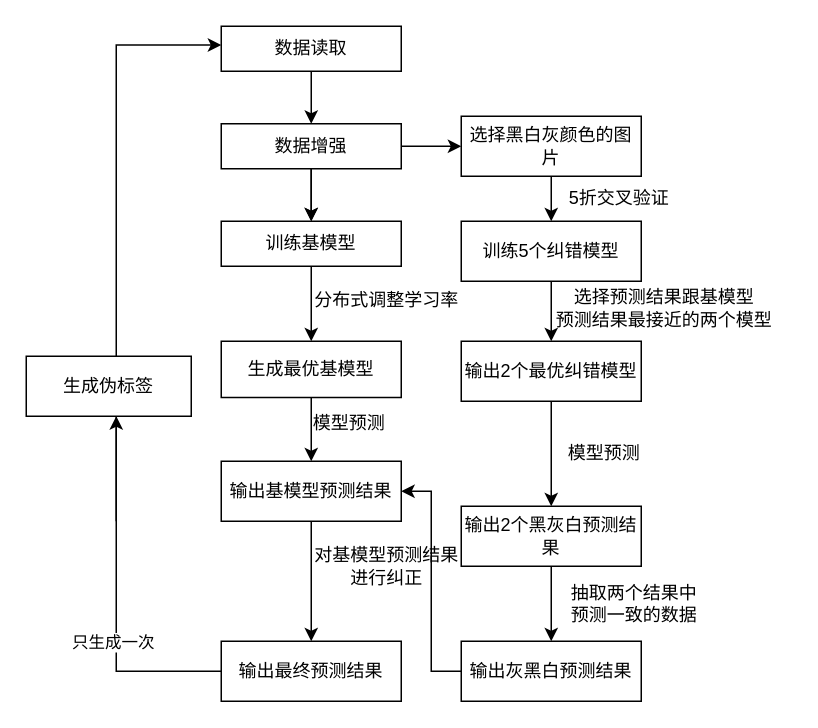
Earlier version of the draw.io diagram 未命名绘图.drawio (jiangyuanyuan1/invention). Source tidied: cells renumbered, new cells numbered last; positions are measured from the earlier drawing's top-left corner, leaving out a move shared by most shapes. Both pictures are drawn from the tidied source at 150%, with x=0, y=0 at pixel (26, 26).
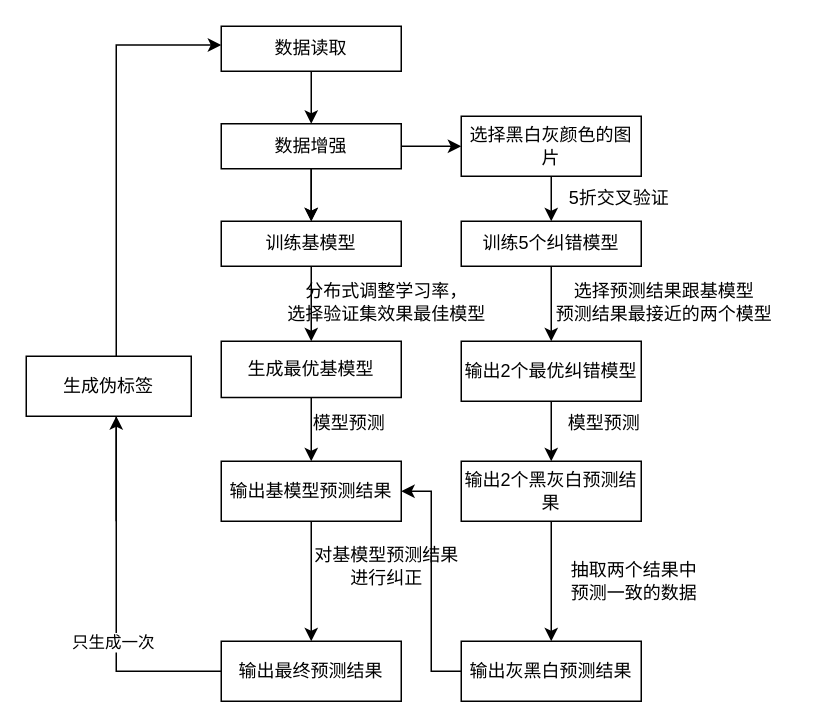
The same page after the edit.

Commit message:
更新模型建立.drawio

The edit, as a diff of the source:
```diff
@@
-    <mxCell id="12" value="分布式调整学习率" style="text;html=1;align=center;verticalAlign=middle;strokeColor=none;fillColor=none;" parent="1" vertex="1">
-      <mxGeometry x="180" y="167.5" width="120" height="30" as="geometry" />
+    <mxCell id="12" value="分布式调整学习率，&lt;br&gt;选择验证集效果最佳模型" style="text;html=1;align=center;verticalAlign=middle;strokeColor=none;fillColor=none;" parent="1" vertex="1">
+      <mxGeometry x="160" y="163.5" width="160" height="40" as="geometry" />
     </mxCell>
@@
     <mxCell id="16" value="训练5个纠错模型" style="rounded=0;whiteSpace=wrap;html=1;" parent="1" vertex="1">
-      <mxGeometry x="290" y="130" width="120" height="40" as="geometry" />
+      <mxGeometry x="290" y="130" width="120" height="30" as="geometry" />
     </mxCell>
@@
     <mxCell id="19" value="选择预测结果跟基模型&lt;br&gt;预测结果最接近的两个模型" style="text;html=1;align=center;verticalAlign=middle;strokeColor=none;fillColor=none;" parent="1" vertex="1">
-      <mxGeometry x="340" y="167.5" width="170" height="40" as="geometry" />
+      <mxGeometry x="340" y="163.5" width="170" height="40" as="geometry" />
     </mxCell>
@@
     <mxCell id="22" value="输出2个黑灰白预测结果" style="rounded=0;whiteSpace=wrap;html=1;" parent="1" vertex="1">
-      <mxGeometry x="290" y="320" width="120" height="40" as="geometry" />
+      <mxGeometry x="290" y="290" width="120" height="40" as="geometry" />
     </mxCell>
@@
     <mxCell id="25" value="模型预测" style="text;html=1;align=center;verticalAlign=middle;strokeColor=none;fillColor=none;" parent="1" vertex="1">
-      <mxGeometry x="350" y="270" width="70" height="30" as="geometry" />
+      <mxGeometry x="350" y="250" width="70" height="30" as="geometry" />
     </mxCell>
     <mxCell id="26" value="抽取两个结果中&lt;br&gt;预测一致的数据" style="text;html=1;align=center;verticalAlign=middle;strokeColor=none;fillColor=none;" parent="1" vertex="1">
-      <mxGeometry x="350" y="365" width="110" height="40" as="geometry" />
+      <mxGeometry x="350" y="350" width="110" height="40" as="geometry" />
     </mxCell>
```
